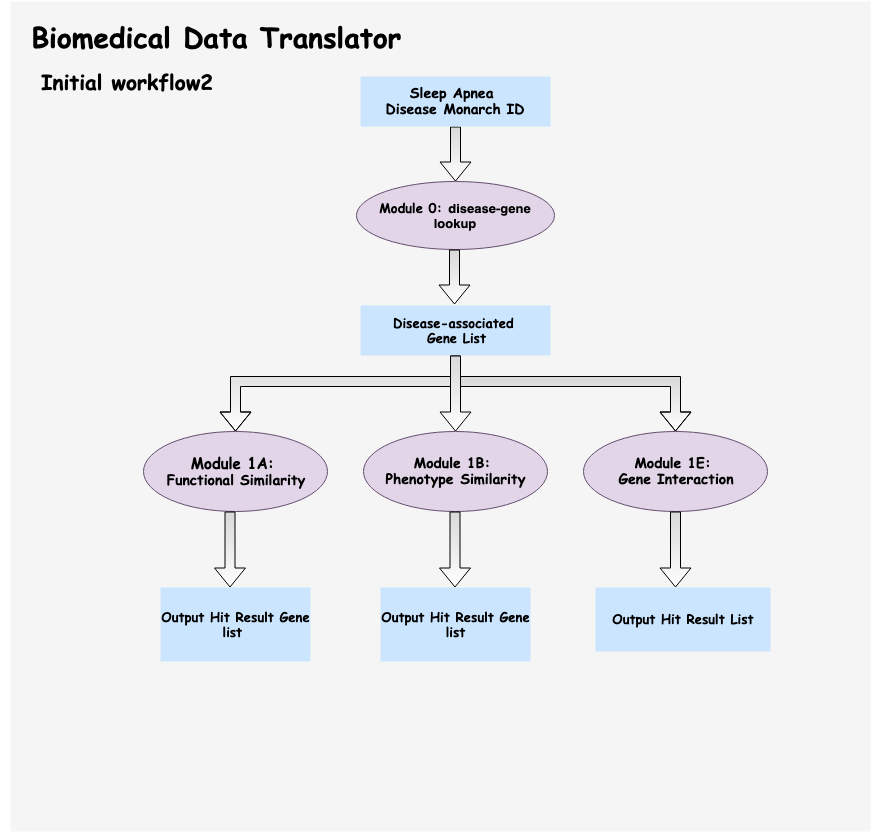
Before: workflow2_diagram.png, a diagram exported from draw.io (imxiaow/SleepApnea-Presentation). Source tidied: cells renumbered, new cells last; positions are measured from the earlier drawing's top-left corner, leaving out a move shared by most shapes.
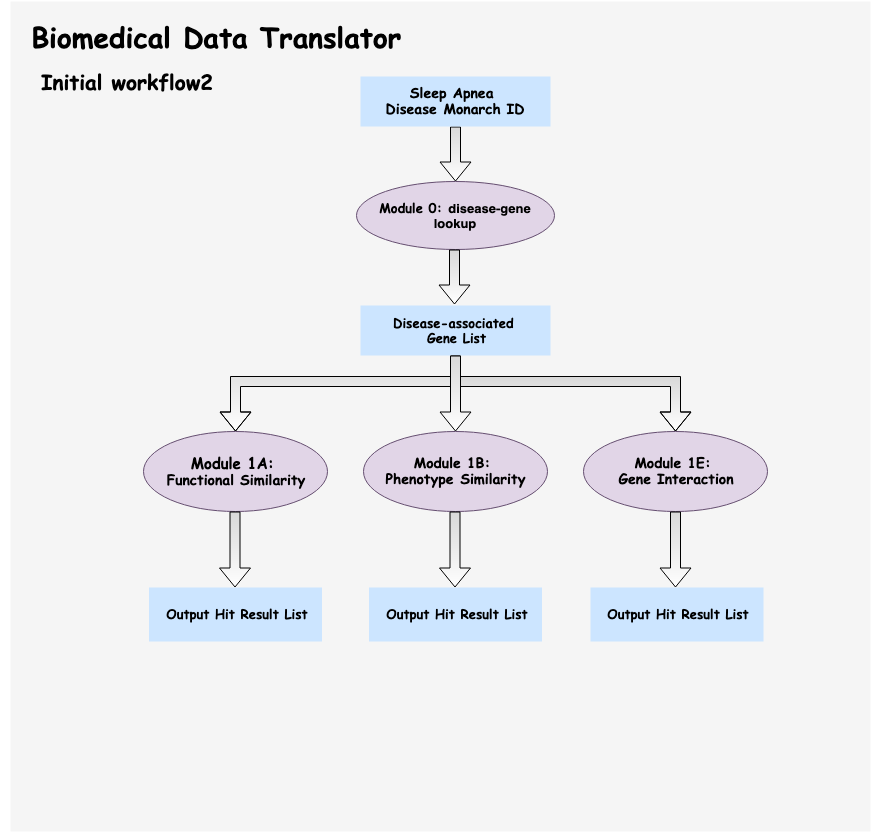
The same diagram one commit later.

Change to the diagram source:
```diff
@@ -39,9 +39,6 @@
         </Array>
       </mxGeometry>
     </mxCell>
-    <mxCell id="10" value="&lt;h4 style=&quot;font-size: 13px&quot;&gt;&lt;font face=&quot;Comic Sans MS&quot;&gt;Output Hit Result Gene list&amp;nbsp;&lt;/font&gt;&lt;/h4&gt;" style="rounded=0;whiteSpace=wrap;html=1;fillColor=#cce5ff;strokeColor=none;" parent="1" vertex="1">
-      <mxGeometry x="160" y="586" width="150" height="74" as="geometry" />
-    </mxCell>
     <mxCell id="11" value="&lt;h3&gt;&lt;/h3&gt;&lt;h3 style=&quot;text-align: center&quot;&gt;&lt;font face=&quot;Comic Sans MS&quot;&gt;&lt;font style=&quot;font-size: 15px&quot;&gt;Module 1A:&amp;nbsp;&lt;br&gt;&lt;/font&gt;&lt;/font&gt;&lt;font face=&quot;Comic Sans MS&quot;&gt;&lt;b&gt;Functional Similarity&lt;/b&gt;&lt;/font&gt;&lt;/h3&gt;" style="ellipse;whiteSpace=wrap;html=1;fillColor=#e1d5e7;strokeColor=#654E70;gradientColor=none;" parent="1" vertex="1">
       <mxGeometry x="143" y="430" width="184" height="80" as="geometry" />
     </mxCell>
@@ -54,11 +51,8 @@
     <mxCell id="14" value="&lt;h1&gt;&lt;b&gt;&lt;font face=&quot;Comic Sans MS&quot; style=&quot;font-size: 28px&quot;&gt;Biomedical Data Translator&amp;nbsp;&lt;/font&gt;&lt;/b&gt;&lt;/h1&gt;" style="text;html=1;strokeColor=none;fillColor=none;align=center;verticalAlign=middle;whiteSpace=wrap;rounded=0;" parent="1" vertex="1">
       <mxGeometry y="20" width="445" height="30" as="geometry" />
     </mxCell>
-    <mxCell id="15" value="&lt;h4 style=&quot;font-size: 13px&quot;&gt;&lt;font face=&quot;Comic Sans MS&quot;&gt;Output Hit Result Gene list&lt;/font&gt;&lt;/h4&gt;" style="rounded=0;whiteSpace=wrap;html=1;fillColor=#cce5ff;strokeColor=none;" parent="1" vertex="1">
-      <mxGeometry x="380" y="586" width="150" height="74" as="geometry" />
-    </mxCell>
     <mxCell id="16" value="&lt;h4 style=&quot;font-size: 13px&quot;&gt;&lt;font face=&quot;Comic Sans MS&quot;&gt;Output Hit Result List&lt;/font&gt;&lt;/h4&gt;" style="rounded=0;whiteSpace=wrap;html=1;fillColor=#cce5ff;strokeColor=none;" parent="1" vertex="1">
-      <mxGeometry x="595" y="586" width="175" height="64" as="geometry" />
+      <mxGeometry x="590" y="586" width="173" height="54" as="geometry" />
     </mxCell>
     <mxCell id="17" style="edgeStyle=orthogonalEdgeStyle;rounded=0;orthogonalLoop=1;jettySize=auto;html=1;shape=flexArrow;fillColor=#D9D9D9;gradientColor=#ffffff;" parent="1" edge="1">
       <mxGeometry relative="1" as="geometry">
@@ -86,9 +80,15 @@
     </mxCell>
     <mxCell id="21" style="edgeStyle=orthogonalEdgeStyle;rounded=0;orthogonalLoop=1;jettySize=auto;html=1;shape=flexArrow;fillColor=#D9D9D9;gradientColor=#ffffff;" parent="1" edge="1">
       <mxGeometry relative="1" as="geometry">
-        <mxPoint x="229.5" y="510" as="sourcePoint" />
-        <mxPoint x="229.5" y="586" as="targetPoint" />
+        <mxPoint x="234.5" y="510" as="sourcePoint" />
+        <mxPoint x="234.5" y="586" as="targetPoint" />
       </mxGeometry>
     </mxCell>
+    <mxCell id="22" value="&lt;h4 style=&quot;font-size: 13px&quot;&gt;&lt;font face=&quot;Comic Sans MS&quot;&gt;Output Hit Result List&lt;/font&gt;&lt;/h4&gt;" style="rounded=0;whiteSpace=wrap;html=1;fillColor=#cce5ff;strokeColor=none;" parent="1" vertex="1">
+      <mxGeometry x="368.5" y="586" width="173" height="54" as="geometry" />
+    </mxCell>
+    <mxCell id="23" value="&lt;h4 style=&quot;font-size: 13px&quot;&gt;&lt;font face=&quot;Comic Sans MS&quot;&gt;Output Hit Result List&lt;/font&gt;&lt;/h4&gt;" style="rounded=0;whiteSpace=wrap;html=1;fillColor=#cce5ff;strokeColor=none;" parent="1" vertex="1">
+      <mxGeometry x="148.5" y="586" width="173" height="54" as="geometry" />
+    </mxCell>
   </root>
 </mxGraphModel>
```
